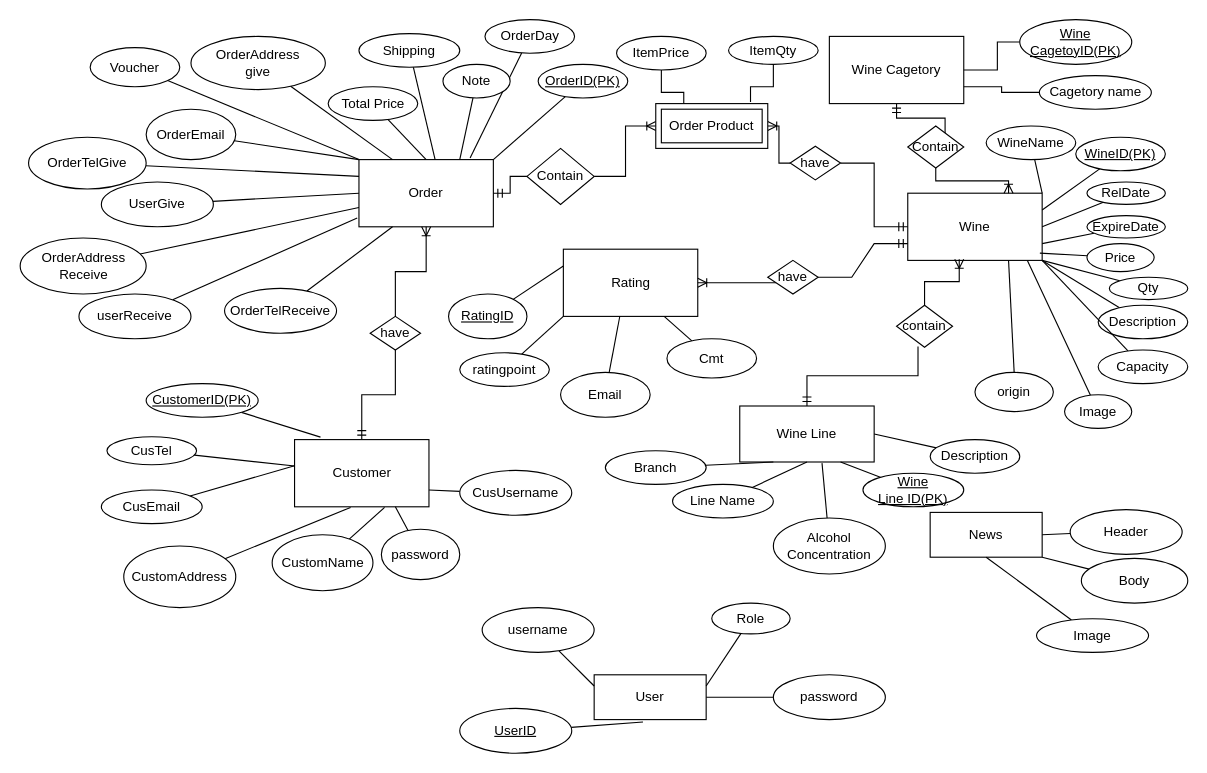
Above: Untitled Diagram.drawio in NCanhhieu/T2207E-Diagram (draw.io), before the change. Source tidied: cells renumbered, new cells numbered last; positions are measured from the earlier drawing's top-left corner, leaving out a move shared by most shapes. Both pictures are drawn from the tidied source at 112%, with x=0, y=0 at pixel (20, 19).
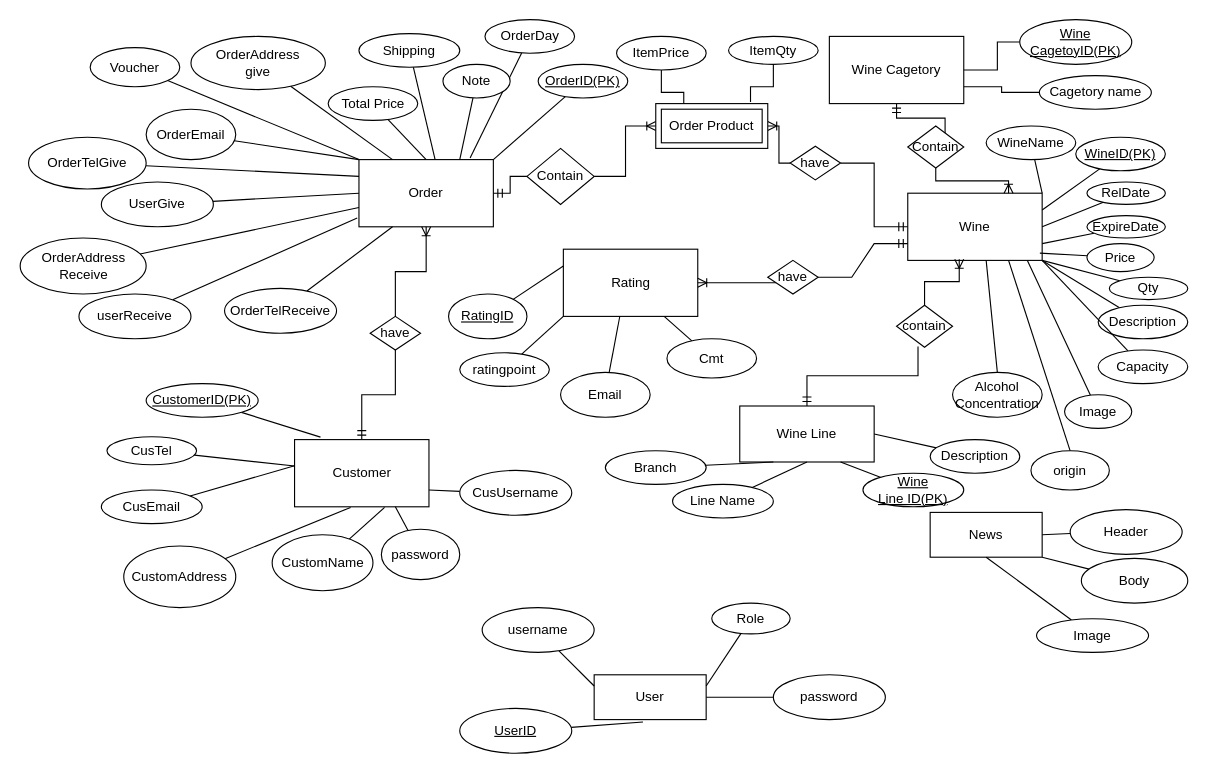
Above is the later version.

Unchanged cells that the change refers to:
```xml
<mxCell id="9" value="Wine Line" style="rounded=0;whiteSpace=wrap;html=1;" parent="1" vertex="1">
  <mxGeometry x="642" y="345" width="120" height="50" as="geometry" />
</mxCell>
```

What changed in the source:
```diff
@@
-    <mxCell id="62" style="rounded=0;jettySize=auto;html=1;entryX=0.612;entryY=1.02;entryDx=0;entryDy=0;entryPerimeter=0;endArrow=none;endFill=0;" parent="1" edge="1" source="63" target="9">
-      <mxGeometry relative="1" as="geometry" />
+    <mxCell id="62" style="rounded=0;jettySize=auto;html=1;entryX=0.612;entryY=1.02;entryDx=0;entryDy=0;entryPerimeter=0;endArrow=none;endFill=0;exitX=0.5;exitY=0;exitDx=0;exitDy=0;" parent="1" edge="1" source="63">
+      <mxGeometry relative="1" as="geometry">
+        <mxPoint x="862" y="215" as="targetPoint" />
+      </mxGeometry>
     </mxCell>
     <mxCell id="63" value="Alcohol&lt;br&gt;Concentration" style="ellipse;whiteSpace=wrap;html=1;align=center;" parent="1" vertex="1">
-      <mxGeometry x="672" y="445" width="100" height="50" as="geometry" />
+      <mxGeometry x="832" y="315" width="80" height="40" as="geometry" />
     </mxCell>
@@
     <mxCell id="74" value="origin" style="ellipse;whiteSpace=wrap;html=1;align=center;" parent="1" vertex="1">
-      <mxGeometry x="852" y="315" width="70" height="35" as="geometry" />
+      <mxGeometry x="902" y="385" width="70" height="35" as="geometry" />
     </mxCell>
```
